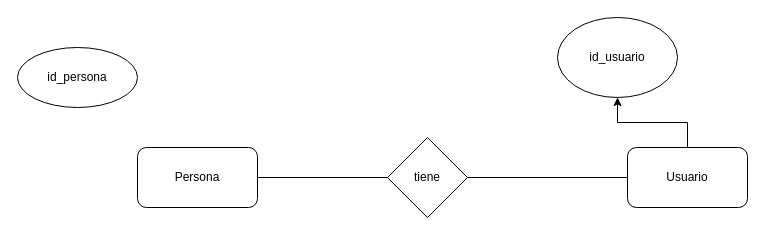
This is PAL_BD.drawio from Arust-INSYS/appPAL, a draw.io file, before an edit. Source tidied: cells renumbered, new cells numbered last; positions are measured from the earlier drawing's top-left corner, leaving out a move shared by most shapes. Both pictures are drawn from the tidied source at 100%, with x=0, y=0 at pixel (17, 17).
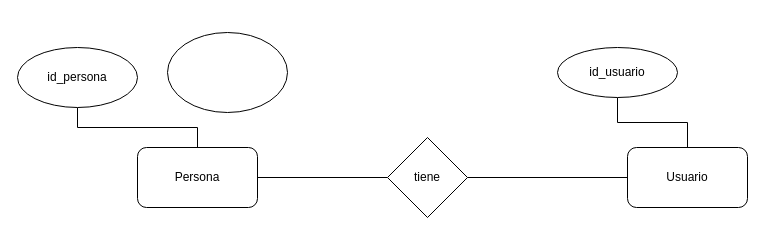
The same diagram, later.

What changed in the source:
```diff
@@
 <mxGraphModel>
   <root>
     <mxCell id="0" />
     <mxCell id="1" parent="0" />
     <mxCell id="2" style="edgeStyle=orthogonalEdgeStyle;rounded=0;jettySize=auto;html=1;endArrow=none;endFill=0;" parent="1" edge="1" source="3" target="7">
       <mxGeometry relative="1" as="geometry" />
     </mxCell>
     <mxCell id="3" value="Persona" style="rounded=1;whiteSpace=wrap;html=1;" parent="1" vertex="1">
       <mxGeometry x="120" y="130" width="120" height="60" as="geometry" />
     </mxCell>
-    <mxCell id="4" style="edgeStyle=orthogonalEdgeStyle;rounded=0;jettySize=auto;html=1;entryX=0.5;entryY=1;entryDx=0;entryDy=0;" parent="1" edge="1" source="5" target="9">
+    <mxCell id="4" style="edgeStyle=orthogonalEdgeStyle;rounded=0;jettySize=auto;html=1;entryX=0.5;entryY=1;entryDx=0;entryDy=0;endArrow=none;endFill=0;" parent="1" edge="1" source="5" target="9">
       <mxGeometry relative="1" as="geometry" />
     </mxCell>
     <mxCell id="5" value="Usuario" style="rounded=1;whiteSpace=wrap;html=1;" parent="1" vertex="1">
       <mxGeometry x="610" y="130" width="120" height="60" as="geometry" />
     </mxCell>
     <mxCell id="6" style="edgeStyle=orthogonalEdgeStyle;rounded=0;jettySize=auto;html=1;entryX=0;entryY=0.5;entryDx=0;entryDy=0;strokeColor=default;endArrow=none;endFill=0;" parent="1" edge="1" source="7" target="5">
       <mxGeometry relative="1" as="geometry" />
     </mxCell>
     <mxCell id="7" value="tiene" style="rhombus;whiteSpace=wrap;html=1;" parent="1" vertex="1">
       <mxGeometry x="370" y="120" width="80" height="80" as="geometry" />
     </mxCell>
+    <mxCell id="10" style="edgeStyle=orthogonalEdgeStyle;rounded=0;jettySize=auto;html=1;entryX=0.5;entryY=0;entryDx=0;entryDy=0;endArrow=none;endFill=0;" parent="1" edge="1" source="8" target="3">
+      <mxGeometry relative="1" as="geometry" />
+    </mxCell>
     <mxCell id="8" value="id_persona" style="ellipse;whiteSpace=wrap;html=1;" parent="1" vertex="1">
       <mxGeometry y="30" width="120" height="60" as="geometry" />
     </mxCell>
     <mxCell id="9" value="id_usuario" style="ellipse;whiteSpace=wrap;html=1;" parent="1" vertex="1">
-      <mxGeometry x="540" width="120" height="80" as="geometry" />
+      <mxGeometry x="540" y="30" width="120" height="50" as="geometry" />
     </mxCell>
+    <mxCell id="11" style="ellipse;whiteSpace=wrap;html=1;" parent="1" vertex="1">
+      <mxGeometry x="150" y="15" width="120" height="80" as="geometry" />
+    </mxCell>
   </root>
 </mxGraphModel>
```
